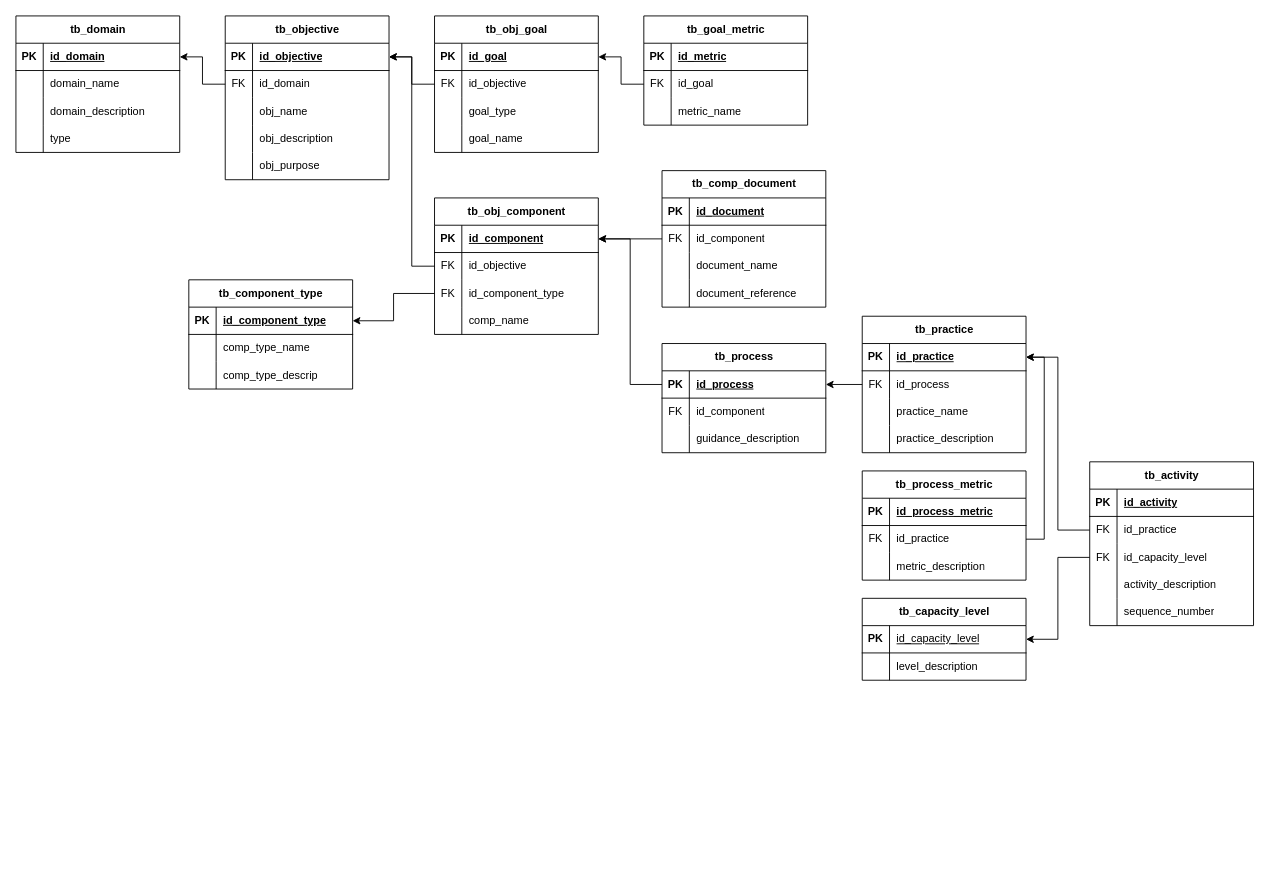
Before: cobit2019_dbdesign.drawio in ismgonza/cobit2019, a draw.io diagram. Source tidied: cells renumbered, new cells numbered last; positions are measured from the earlier drawing's top-left corner, leaving out a move shared by most shapes. Both pictures are drawn from the tidied source at 91%, with x=0, y=0 at pixel (15, 15).
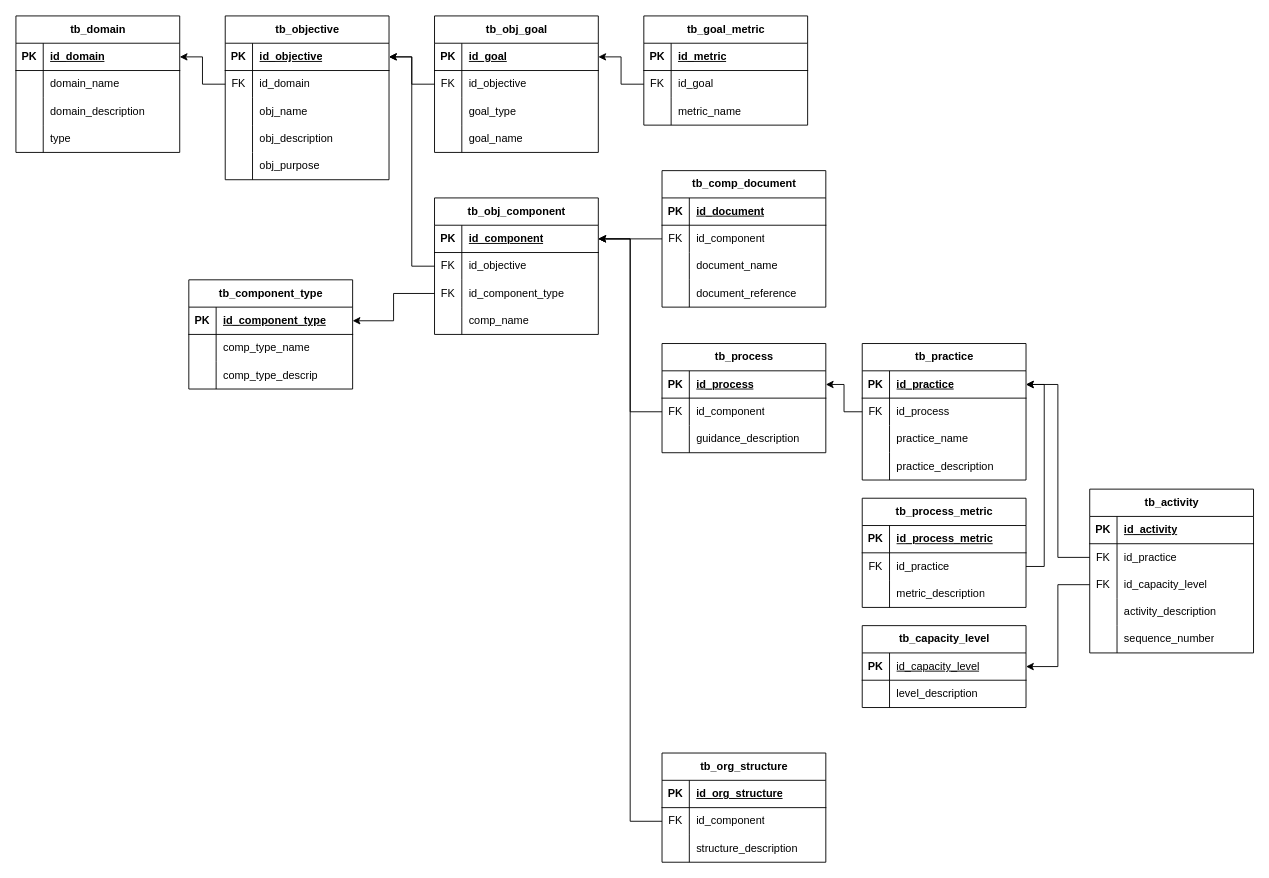
Above is the later version.

The change refers to these unchanged cells:
```xml
<mxCell id="58" style="shape=tableRow;horizontal=0;startSize=0;swimlaneHead=0;swimlaneBody=0;fillColor=none;points=[[0,0.5],[1,0.5]];portConstraint=eastwest;top=0;left=0;right=0;bottom=1;" parent="57" vertex="1">
  <mxGeometry y="30" width="180" height="30" as="geometry" />
</mxCell>
<mxCell id="96" style="shape=tableRow;horizontal=0;startSize=0;swimlaneHead=0;swimlaneBody=0;fillColor=none;points=[[0,0.5],[1,0.5]];portConstraint=eastwest;top=0;left=0;right=0;bottom=1;" parent="95" vertex="1">
  <mxGeometry y="30" width="180" height="30" as="geometry" />
</mxCell>
<mxCell id="99" style="shape=tableRow;horizontal=0;startSize=0;swimlaneHead=0;swimlaneBody=0;fillColor=none;points=[[0,0.5],[1,0.5]];portConstraint=eastwest;top=0;left=0;right=0;bottom=0;" parent="95" vertex="1">
  <mxGeometry y="60" width="180" height="30" as="geometry" />
</mxCell>
```

The edit, as a diff of the source:
```diff
@@
-    <mxCell id="105" style="edgeStyle=orthogonalEdgeStyle;rounded=0;jettySize=auto;html=1;exitX=0;exitY=0.5;exitDx=0;exitDy=0;" parent="1" edge="1" source="96" target="58">
+    <mxCell id="105" style="edgeStyle=orthogonalEdgeStyle;rounded=0;jettySize=auto;html=1;exitX=0;exitY=0.5;exitDx=0;exitDy=0;" parent="1" edge="1" source="99" target="58">
       <mxGeometry relative="1" as="geometry" />
     </mxCell>
@@
     <mxCell id="107" value="tb_practice" style="shape=table;startSize=30;childLayout=tableLayout;rowLines=0;fontStyle=1;align=center;html=1;" parent="1" vertex="1">
-      <mxGeometry x="930" y="330" width="180" height="150" as="geometry" />
+      <mxGeometry x="930" y="360" width="180" height="150" as="geometry" />
     </mxCell>
@@
     <mxCell id="121" value="tb_process_metric" style="shape=table;startSize=30;childLayout=tableLayout;rowLines=0;fontStyle=1;align=center;html=1;" parent="1" vertex="1">
-      <mxGeometry x="930" y="500" width="180" height="120" as="geometry" />
+      <mxGeometry x="930" y="530" width="180" height="120" as="geometry" />
     </mxCell>
@@
     <mxCell id="132" value="tb_activity" style="shape=table;startSize=30;childLayout=tableLayout;rowLines=0;fontStyle=1;align=center;html=1;" parent="1" vertex="1">
-      <mxGeometry x="1180" y="490" width="180" height="180" as="geometry" />
+      <mxGeometry x="1180" y="520" width="180" height="180" as="geometry" />
     </mxCell>
@@
     <mxCell id="149" value="tb_capacity_level" style="shape=table;startSize=30;childLayout=tableLayout;rowLines=0;fontStyle=1;align=center;html=1;" parent="1" vertex="1">
-      <mxGeometry x="930" y="640" width="180" height="90" as="geometry" />
+      <mxGeometry x="930" y="670" width="180" height="90" as="geometry" />
     </mxCell>
@@
+    <mxCell id="157" value="tb_org_structure" style="shape=table;startSize=30;childLayout=tableLayout;rowLines=0;fontStyle=1;align=center;html=1;" parent="1" vertex="1">
+      <mxGeometry x="710" y="810" width="180" height="120" as="geometry" />
+    </mxCell>
+    <mxCell id="158" style="shape=tableRow;horizontal=0;startSize=0;swimlaneHead=0;swimlaneBody=0;fillColor=none;top=0;left=0;right=0;bottom=1;" parent="157" vertex="1">
+      <mxGeometry y="30" width="180" height="30" as="geometry" />
+    </mxCell>
+    <mxCell id="159" value="PK" style="shape=partialRectangle;fillColor=none;top=0;left=0;bottom=0;right=0;fontStyle=1;overflow=hidden;whiteSpace=wrap;html=1;" parent="158" vertex="1">
+      <mxGeometry width="30" height="30" as="geometry" />
+    </mxCell>
+    <mxCell id="160" value="id_org_structure" style="shape=partialRectangle;fillColor=none;top=0;left=0;bottom=0;right=0;align=left;spacingLeft=6;fontStyle=5;overflow=hidden;whiteSpace=wrap;html=1;" parent="158" vertex="1">
+      <mxGeometry x="30" width="150" height="30" as="geometry" />
+    </mxCell>
+    <mxCell id="161" style="shape=tableRow;horizontal=0;startSize=0;swimlaneHead=0;swimlaneBody=0;fillColor=none;points=[[0,0.5],[1,0.5]];portConstraint=eastwest;top=0;left=0;right=0;bottom=0;" parent="157" vertex="1">
+      <mxGeometry y="60" width="180" height="30" as="geometry" />
+    </mxCell>
+    <mxCell id="162" value="FK" style="shape=partialRectangle;fillColor=none;top=0;left=0;bottom=0;right=0;overflow=hidden;whiteSpace=wrap;html=1;" parent="161" vertex="1">
+      <mxGeometry width="30" height="30" as="geometry" />
+    </mxCell>
+    <mxCell id="163" value="id_component" style="shape=partialRectangle;fillColor=none;top=0;left=0;bottom=0;right=0;align=left;spacingLeft=6;overflow=hidden;whiteSpace=wrap;html=1;" parent="161" vertex="1">
+      <mxGeometry x="30" width="150" height="30" as="geometry" />
+    </mxCell>
+    <mxCell id="164" style="shape=tableRow;horizontal=0;startSize=0;swimlaneHead=0;swimlaneBody=0;fillColor=none;top=0;left=0;right=0;bottom=0;" parent="157" vertex="1">
+      <mxGeometry y="90" width="180" height="30" as="geometry" />
+    </mxCell>
+    <mxCell id="165" style="shape=partialRectangle;fillColor=none;top=0;left=0;bottom=0;right=0;overflow=hidden;whiteSpace=wrap;html=1;" parent="164" vertex="1">
+      <mxGeometry width="30" height="30" as="geometry" />
+    </mxCell>
+    <mxCell id="166" value="structure_description" style="shape=partialRectangle;fillColor=none;top=0;left=0;bottom=0;right=0;align=left;spacingLeft=6;overflow=hidden;whiteSpace=wrap;html=1;" parent="164" vertex="1">
+      <mxGeometry x="30" width="150" height="30" as="geometry" />
+    </mxCell>
+    <mxCell id="167" style="edgeStyle=orthogonalEdgeStyle;rounded=0;jettySize=auto;html=1;exitX=0;exitY=0.5;exitDx=0;exitDy=0;entryX=1;entryY=0.5;entryDx=0;entryDy=0;" parent="1" edge="1" source="161" target="58">
+      <mxGeometry relative="1" as="geometry" />
+    </mxCell>
```
